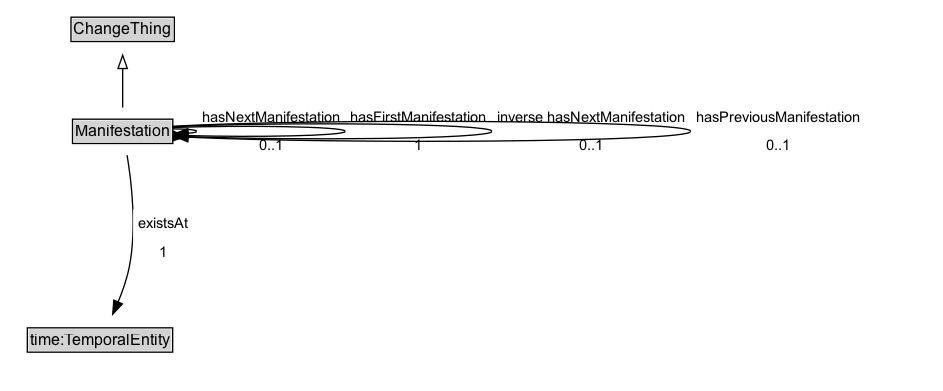
Earlier version of the Graphviz export docs/diagrams/Manifestation.dot.png (ISO-TC204/ontology-cdm-p1-v1). Its source is kept beside it as docs/diagrams/Manifestation.dot.
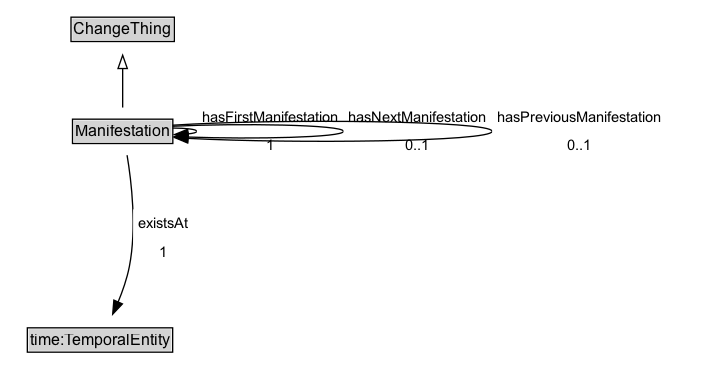
Above is the later version.

The edit, as a diff of the source:
```diff
@@ -18,11 +18,10 @@
 	Manifestation -> ChangeThing [arrowhead=onormal style=solid]
 	Manifestation -> Invis [style=invis]
 	Invis -> time_TemporalEntity [style=invis]
-	Manifestation [label=<<TABLE BORDER="1" CELLBORDER="0" CELLSPACING="0" CELLPADDING="1"><TR><TD BGCOLOR="lightgray" ALIGN="CENTER">Manifestation</TD></TR></TABLE>> URL="../Manifestation" margin=0]
-	Manifestation -> Manifestation [label=<<TABLE BORDER="0" CELLBORDER="0" CELLSPACING="0" CELLPADDING="4" BGCOLOR="white"><TR><TD ALIGN="CENTER">hasNextManifestation</TD></TR><TR><TD ALIGN="CENTER">0..1</TD></TR></TABLE>> arrowhead=normal style=solid]
-	Manifestation -> Manifestation [label=<<TABLE BORDER="0" CELLBORDER="0" CELLSPACING="0" CELLPADDING="4" BGCOLOR="white"><TR><TD ALIGN="CENTER">hasFirstManifestation</TD></TR><TR><TD ALIGN="CENTER">1</TD></TR></TABLE>> arrowhead=normal style=solid]
 	time_TemporalEntity [label=<<TABLE BORDER="1" CELLBORDER="0" CELLSPACING="0" CELLPADDING="1"><TR><TD BGCOLOR="lightgray" ALIGN="CENTER">time:TemporalEntity</TD></TR></TABLE>> URL="https://w3id.org/citydata/imported/time/latest/TemporalEntity" margin=0]
 	Manifestation -> time_TemporalEntity [label=<<TABLE BORDER="0" CELLBORDER="0" CELLSPACING="0" CELLPADDING="4" BGCOLOR="white"><TR><TD ALIGN="CENTER">existsAt</TD></TR><TR><TD ALIGN="CENTER">1</TD></TR></TABLE>> arrowhead=normal style=solid]
-	Manifestation -> Manifestation [label=<<TABLE BORDER="0" CELLBORDER="0" CELLSPACING="0" CELLPADDING="4" BGCOLOR="white"><TR><TD ALIGN="CENTER">inverse hasNextManifestation</TD></TR><TR><TD ALIGN="CENTER">0..1</TD></TR></TABLE>> arrowhead=inv style=solid]
+	Manifestation [label=<<TABLE BORDER="1" CELLBORDER="0" CELLSPACING="0" CELLPADDING="1"><TR><TD BGCOLOR="lightgray" ALIGN="CENTER">Manifestation</TD></TR></TABLE>> URL="../Manifestation" margin=0]
+	Manifestation -> Manifestation [label=<<TABLE BORDER="0" CELLBORDER="0" CELLSPACING="0" CELLPADDING="4" BGCOLOR="white"><TR><TD ALIGN="CENTER">hasFirstManifestation</TD></TR><TR><TD ALIGN="CENTER">1</TD></TR></TABLE>> arrowhead=normal style=solid]
+	Manifestation -> Manifestation [label=<<TABLE BORDER="0" CELLBORDER="0" CELLSPACING="0" CELLPADDING="4" BGCOLOR="white"><TR><TD ALIGN="CENTER">hasNextManifestation</TD></TR><TR><TD ALIGN="CENTER">0..1</TD></TR></TABLE>> arrowhead=normal style=solid]
 	Manifestation -> Manifestation [label=<<TABLE BORDER="0" CELLBORDER="0" CELLSPACING="0" CELLPADDING="4" BGCOLOR="white"><TR><TD ALIGN="CENTER">hasPreviousManifestation</TD></TR><TR><TD ALIGN="CENTER">0..1</TD></TR></TABLE>> arrowhead=normal style=solid]
 }
```
